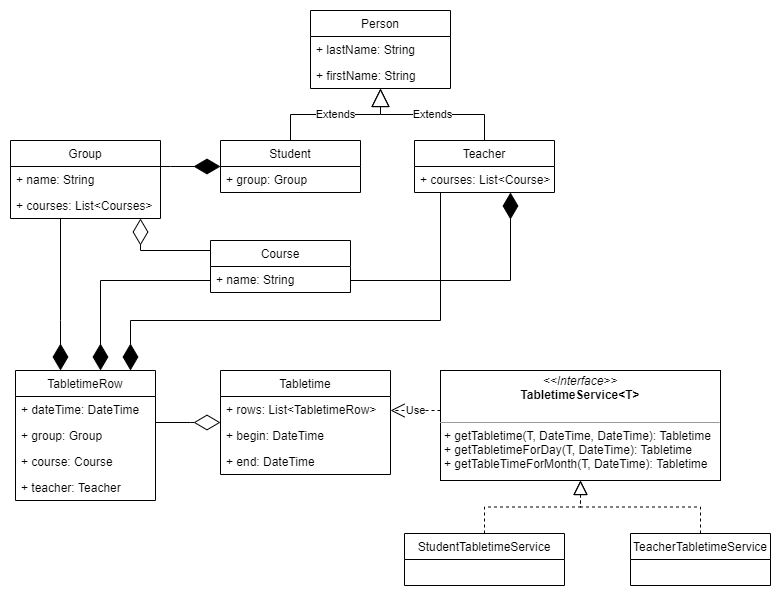
The draw.io diagram decompose-university.drawio.png in stzverev/university, before a commit. Source tidied: cells renumbered, new cells last; positions are measured from the earlier drawing's top-left corner, leaving out a move shared by most shapes.
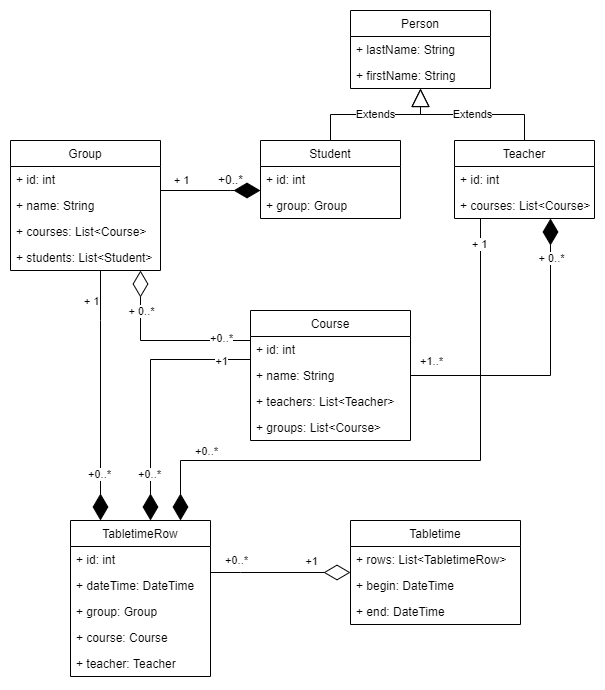
The same diagram one commit later.

The edit, as a diff of the source:
```diff
@@ -3,32 +3,53 @@
     <mxCell id="0" />
     <mxCell id="1" parent="0" />
     <mxCell id="2" value="Student" style="swimlane;fontStyle=0;horizontal=1;startSize=26;fillColor=none;" parent="1" vertex="1">
-      <mxGeometry x="210" y="130" width="140" height="52" as="geometry" />
+      <mxGeometry x="210" y="130" width="140" height="78" as="geometry" />
     </mxCell>
-    <mxCell id="3" value="+ group: Group" style="text;strokeColor=none;fillColor=none;align=left;verticalAlign=top;spacingLeft=4;spacingRight=4;overflow=hidden;" parent="2" vertex="1">
+    <mxCell id="3" value="+ id: int" style="text;strokeColor=none;fillColor=none;align=left;verticalAlign=top;spacingLeft=4;spacingRight=4;overflow=hidden;" parent="2" vertex="1">
       <mxGeometry y="26" width="140" height="26" as="geometry" />
     </mxCell>
+    <mxCell id="38" value="+ group: Group" style="text;strokeColor=none;fillColor=none;align=left;verticalAlign=top;spacingLeft=4;spacingRight=4;overflow=hidden;" parent="2" vertex="1">
+      <mxGeometry y="52" width="140" height="26" as="geometry" />
+    </mxCell>
     <mxCell id="4" value="Teacher" style="swimlane;fontStyle=0;horizontal=1;startSize=26;fillColor=none;" parent="1" vertex="1">
-      <mxGeometry x="404" y="130" width="140" height="52" as="geometry" />
+      <mxGeometry x="404" y="130" width="140" height="78" as="geometry" />
     </mxCell>
-    <mxCell id="5" value="+ courses: List&lt;Course&gt;" style="text;strokeColor=none;fillColor=none;align=left;verticalAlign=top;spacingLeft=4;spacingRight=4;overflow=hidden;" parent="4" vertex="1">
+    <mxCell id="5" value="+ id: int" style="text;strokeColor=none;fillColor=none;align=left;verticalAlign=top;spacingLeft=4;spacingRight=4;overflow=hidden;" parent="4" vertex="1">
       <mxGeometry y="26" width="140" height="26" as="geometry" />
     </mxCell>
+    <mxCell id="39" value="+ courses: List&lt;Course&gt;" style="text;strokeColor=none;fillColor=none;align=left;verticalAlign=top;spacingLeft=4;spacingRight=4;overflow=hidden;" parent="4" vertex="1">
+      <mxGeometry y="52" width="140" height="26" as="geometry" />
+    </mxCell>
     <mxCell id="6" value="Course" style="swimlane;fontStyle=0;horizontal=1;startSize=26;fillColor=none;" parent="1" vertex="1">
-      <mxGeometry x="200" y="230" width="140" height="52" as="geometry" />
+      <mxGeometry x="200" y="300" width="160" height="130" as="geometry" />
     </mxCell>
-    <mxCell id="7" value="+ name: String" style="text;strokeColor=none;fillColor=none;align=left;verticalAlign=top;spacingLeft=4;spacingRight=4;overflow=hidden;" parent="6" vertex="1">
-      <mxGeometry y="26" width="140" height="26" as="geometry" />
+    <mxCell id="7" value="+ id: int" style="text;strokeColor=none;fillColor=none;align=left;verticalAlign=top;spacingLeft=4;spacingRight=4;overflow=hidden;" parent="6" vertex="1">
+      <mxGeometry y="26" width="160" height="26" as="geometry" />
     </mxCell>
+    <mxCell id="40" value="+ name: String" style="text;strokeColor=none;fillColor=none;align=left;verticalAlign=top;spacingLeft=4;spacingRight=4;overflow=hidden;" parent="6" vertex="1">
+      <mxGeometry y="52" width="160" height="26" as="geometry" />
+    </mxCell>
+    <mxCell id="41" value="+ teachers: List&lt;Teacher&gt;" style="text;strokeColor=none;fillColor=none;align=left;verticalAlign=top;spacingLeft=4;spacingRight=4;overflow=hidden;" parent="6" vertex="1">
+      <mxGeometry y="78" width="160" height="26" as="geometry" />
+    </mxCell>
+    <mxCell id="42" value="+ groups: List&lt;Course&gt;" style="text;strokeColor=none;fillColor=none;align=left;verticalAlign=top;spacingLeft=4;spacingRight=4;overflow=hidden;" parent="6" vertex="1">
+      <mxGeometry y="104" width="160" height="26" as="geometry" />
+    </mxCell>
     <mxCell id="8" value="Group" style="swimlane;fontStyle=0;horizontal=1;startSize=26;fillColor=none;" parent="1" vertex="1">
-      <mxGeometry y="130" width="150" height="78" as="geometry" />
+      <mxGeometry x="-40" y="130" width="150" height="130" as="geometry" />
     </mxCell>
-    <mxCell id="9" value="+ name: String" style="text;strokeColor=none;fillColor=none;align=left;verticalAlign=top;spacingLeft=4;spacingRight=4;overflow=hidden;" parent="8" vertex="1">
+    <mxCell id="9" value="+ id: int" style="text;strokeColor=none;fillColor=none;align=left;verticalAlign=top;spacingLeft=4;spacingRight=4;overflow=hidden;" parent="8" vertex="1">
       <mxGeometry y="26" width="150" height="26" as="geometry" />
     </mxCell>
+    <mxCell id="43" value="+ name: String" style="text;strokeColor=none;fillColor=none;align=left;verticalAlign=top;spacingLeft=4;spacingRight=4;overflow=hidden;" parent="8" vertex="1">
+      <mxGeometry y="52" width="150" height="26" as="geometry" />
+    </mxCell>
-    <mxCell id="10" value="+ courses: List&lt;Courses&gt;&#10;" style="text;strokeColor=none;fillColor=none;align=left;verticalAlign=top;spacingLeft=4;spacingRight=4;overflow=hidden;" parent="8" vertex="1">
-      <mxGeometry y="52" width="150" height="26" as="geometry" />
+    <mxCell id="10" value="+ courses: List&lt;Course&gt;&#10;" style="text;strokeColor=none;fillColor=none;align=left;verticalAlign=top;spacingLeft=4;spacingRight=4;overflow=hidden;" parent="8" vertex="1">
+      <mxGeometry y="78" width="150" height="26" as="geometry" />
     </mxCell>
+    <mxCell id="44" value="+ students: List&lt;Student&gt;&#10;" style="text;strokeColor=none;fillColor=none;align=left;verticalAlign=top;spacingLeft=4;spacingRight=4;overflow=hidden;" parent="8" vertex="1">
+      <mxGeometry y="104" width="150" height="26" as="geometry" />
+    </mxCell>
     <mxCell id="11" value="Person" style="swimlane;fontStyle=0;horizontal=1;startSize=26;fillColor=none;" parent="1" vertex="1">
       <mxGeometry x="300" width="140" height="78" as="geometry" />
     </mxCell>
@@ -44,30 +65,26 @@
     <mxCell id="15" value="Extends" style="endArrow=block;endSize=16;endFill=0;html=1;rounded=0;edgeStyle=orthogonalEdgeStyle;exitX=0.5;exitY=0;exitDx=0;exitDy=0;" parent="1" edge="1" source="2" target="11">
       <mxGeometry relative="1" as="geometry" />
     </mxCell>
-    <mxCell id="16" style="endArrow=diamondThin;endFill=0;endSize=24;html=1;rounded=0;edgeStyle=orthogonalEdgeStyle;" parent="1" edge="1" source="6" target="8">
-      <mxGeometry relative="1" as="geometry">
-        <Array as="points">
-          <mxPoint x="130" y="240" />
-        </Array>
-      </mxGeometry>
-    </mxCell>
     <mxCell id="17" value="TabletimeRow" style="swimlane;fontStyle=0;horizontal=1;startSize=26;fillColor=none;" parent="1" vertex="1">
-      <mxGeometry x="5" y="360" width="140" height="130" as="geometry" />
+      <mxGeometry x="20" y="510" width="140" height="156" as="geometry" />
     </mxCell>
-    <mxCell id="18" value="+ dateTime: DateTime" style="text;strokeColor=none;fillColor=none;align=left;verticalAlign=top;spacingLeft=4;spacingRight=4;overflow=hidden;" parent="17" vertex="1">
+    <mxCell id="18" value="+ id: int" style="text;strokeColor=none;fillColor=none;align=left;verticalAlign=top;spacingLeft=4;spacingRight=4;overflow=hidden;" parent="17" vertex="1">
       <mxGeometry y="26" width="140" height="26" as="geometry" />
     </mxCell>
+    <mxCell id="45" value="+ dateTime: DateTime" style="text;strokeColor=none;fillColor=none;align=left;verticalAlign=top;spacingLeft=4;spacingRight=4;overflow=hidden;" parent="17" vertex="1">
+      <mxGeometry y="52" width="140" height="26" as="geometry" />
+    </mxCell>
     <mxCell id="19" value="+ group: Group" style="text;strokeColor=none;fillColor=none;align=left;verticalAlign=top;spacingLeft=4;spacingRight=4;overflow=hidden;" parent="17" vertex="1">
-      <mxGeometry y="52" width="140" height="26" as="geometry" />
+      <mxGeometry y="78" width="140" height="26" as="geometry" />
     </mxCell>
     <mxCell id="20" value="+ course: Course" style="text;strokeColor=none;fillColor=none;align=left;verticalAlign=top;spacingLeft=4;spacingRight=4;overflow=hidden;" parent="17" vertex="1">
-      <mxGeometry y="78" width="140" height="26" as="geometry" />
+      <mxGeometry y="104" width="140" height="26" as="geometry" />
     </mxCell>
     <mxCell id="21" value="+ teacher: Teacher" style="text;strokeColor=none;fillColor=none;align=left;verticalAlign=top;spacingLeft=4;spacingRight=4;overflow=hidden;" parent="17" vertex="1">
-      <mxGeometry y="104" width="140" height="26" as="geometry" />
+      <mxGeometry y="130" width="140" height="26" as="geometry" />
     </mxCell>
     <mxCell id="22" value="Tabletime" style="swimlane;fontStyle=0;horizontal=1;startSize=26;fillColor=none;" parent="1" vertex="1">
-      <mxGeometry x="210" y="360" width="170" height="104" as="geometry" />
+      <mxGeometry x="300" y="510" width="170" height="104" as="geometry" />
     </mxCell>
     <mxCell id="23" value="+ rows: List&lt;TabletimeRow&gt;" style="text;strokeColor=none;fillColor=none;align=left;verticalAlign=top;spacingLeft=4;spacingRight=4;overflow=hidden;" parent="22" vertex="1">
       <mxGeometry y="26" width="170" height="26" as="geometry" />
@@ -81,41 +98,36 @@
     <mxCell id="26" style="endArrow=diamondThin;endFill=0;endSize=24;html=1;rounded=0;edgeStyle=orthogonalEdgeStyle;" parent="1" edge="1" source="17" target="22">
       <mxGeometry relative="1" as="geometry">
         <Array as="points">
-          <mxPoint x="180" y="412" />
-          <mxPoint x="180" y="412" />
+          <mxPoint x="190" y="562" />
+          <mxPoint x="190" y="562" />
         </Array>
       </mxGeometry>
     </mxCell>
-    <mxCell id="27" value="&lt;p style=&quot;margin: 0px ; margin-top: 4px ; text-align: center&quot;&gt;&lt;i&gt;&amp;lt;&amp;lt;Interface&amp;gt;&amp;gt;&lt;/i&gt;&lt;br&gt;&lt;b&gt;TabletimeService&amp;lt;T&amp;gt;&lt;/b&gt;&lt;/p&gt;&lt;br&gt;&lt;hr size=&quot;1&quot;&gt;&lt;p style=&quot;margin: 0px ; margin-left: 4px&quot;&gt;+ getTabletime(T, DateTime, DateTime): Tabletime&lt;br&gt;+ getTabletimeForDay(T, DateTime): Tabletime&lt;/p&gt;&lt;p style=&quot;margin: 0px ; margin-left: 4px&quot;&gt;+ getTableTimeForMonth(T, DateTime): Tabletime&lt;/p&gt;" style="verticalAlign=top;align=left;overflow=fill;fontSize=12;fontFamily=Helvetica;html=1;" parent="1" vertex="1">
-      <mxGeometry x="430" y="360" width="280" height="110" as="geometry" />
-    </mxCell>
-    <mxCell id="28" value="Use" style="endArrow=open;endSize=12;dashed=1;html=1;rounded=0;edgeStyle=orthogonalEdgeStyle;" parent="1" edge="1" source="27" target="22">
-      <mxGeometry relative="1" as="geometry">
-        <Array as="points">
-          <mxPoint x="400" y="400" />
-          <mxPoint x="400" y="400" />
-        </Array>
-      </mxGeometry>
-    </mxCell>
-    <mxCell id="29" value="StudentTabletimeService" style="swimlane;fontStyle=0;horizontal=1;startSize=26;fillColor=none;" parent="1" vertex="1">
-      <mxGeometry x="394" y="523" width="160" height="52" as="geometry" />
-    </mxCell>
-    <mxCell id="30" style="endArrow=block;dashed=1;endFill=0;endSize=12;html=1;rounded=0;edgeStyle=orthogonalEdgeStyle;" parent="1" edge="1" source="29" target="27">
-      <mxGeometry relative="1" as="geometry" />
-    </mxCell>
-    <mxCell id="31" value="TeacherTabletimeService" style="swimlane;fontStyle=0;horizontal=1;startSize=26;fillColor=none;" parent="1" vertex="1">
-      <mxGeometry x="620" y="523" width="140" height="52" as="geometry" />
-    </mxCell>
-    <mxCell id="32" style="endArrow=block;dashed=1;endFill=0;endSize=12;html=1;rounded=0;edgeStyle=orthogonalEdgeStyle;" parent="1" edge="1" source="31" target="27">
-      <mxGeometry relative="1" as="geometry" />
-    </mxCell>
+    <mxCell id="46" value="+0..*" style="edgeLabel;html=1;align=center;verticalAlign=middle;" parent="26" vertex="1">
+      <mxGeometry x="-0.76" y="-1" relative="1" as="geometry">
+        <mxPoint x="8" y="-14" as="offset" />
+      </mxGeometry>
+    </mxCell>
+    <mxCell id="47" value="+1" style="edgeLabel;html=1;align=center;verticalAlign=middle;" parent="26" vertex="1">
+      <mxGeometry x="0.21" y="-3" relative="1" as="geometry">
+        <mxPoint x="15" y="-15" as="offset" />
+      </mxGeometry>
+    </mxCell>
     <mxCell id="33" style="endArrow=diamondThin;endFill=1;endSize=24;html=1;rounded=0;edgeStyle=orthogonalEdgeStyle;" parent="1" edge="1" source="6" target="17">
       <mxGeometry relative="1" as="geometry">
         <Array as="points">
-          <mxPoint x="90" y="270" />
+          <mxPoint x="100" y="349" />
         </Array>
       </mxGeometry>
     </mxCell>
+    <mxCell id="48" value="+1" style="edgeLabel;html=1;align=center;verticalAlign=middle;" parent="33" vertex="1">
+      <mxGeometry x="-0.73" y="1" relative="1" as="geometry">
+        <mxPoint x="5" as="offset" />
+      </mxGeometry>
+    </mxCell>
+    <mxCell id="49" value="+0..*" style="edgeLabel;html=1;align=center;verticalAlign=middle;" parent="33" vertex="1">
+      <mxGeometry x="0.64" y="-2" relative="1" as="geometry" />
+    </mxCell>
     <mxCell id="34" style="endArrow=diamondThin;endFill=1;endSize=24;html=1;rounded=0;edgeStyle=orthogonalEdgeStyle;" parent="1" edge="1" source="8" target="17">
       <mxGeometry relative="1" as="geometry">
         <Array as="points">
@@ -124,28 +136,79 @@
         </Array>
       </mxGeometry>
     </mxCell>
+    <mxCell id="50" value="+ 1" style="edgeLabel;html=1;align=center;verticalAlign=middle;" parent="34" vertex="1">
+      <mxGeometry x="-0.86" y="-1" relative="1" as="geometry">
+        <mxPoint x="-9" y="12" as="offset" />
+      </mxGeometry>
+    </mxCell>
+    <mxCell id="51" value="+0..*" style="edgeLabel;html=1;align=center;verticalAlign=middle;" parent="34" vertex="1">
+      <mxGeometry x="0.62" y="-2" relative="1" as="geometry" />
+    </mxCell>
     <mxCell id="35" style="endArrow=diamondThin;endFill=1;endSize=24;html=1;rounded=0;edgeStyle=orthogonalEdgeStyle;" parent="1" edge="1" source="4" target="17">
       <mxGeometry relative="1" as="geometry">
         <Array as="points">
-          <mxPoint x="430" y="310" />
-          <mxPoint x="120" y="310" />
+          <mxPoint x="430" y="450" />
+          <mxPoint x="130" y="450" />
         </Array>
       </mxGeometry>
     </mxCell>
+    <mxCell id="52" value="+ 1" style="edgeLabel;html=1;align=center;verticalAlign=middle;" parent="35" vertex="1">
+      <mxGeometry x="-0.92" y="-2" relative="1" as="geometry" />
+    </mxCell>
+    <mxCell id="53" value="+0..*" style="edgeLabel;html=1;align=center;verticalAlign=middle;" parent="35" vertex="1">
+      <mxGeometry x="0.72" y="2" relative="1" as="geometry">
+        <mxPoint y="-12" as="offset" />
+      </mxGeometry>
+    </mxCell>
     <mxCell id="36" style="endArrow=diamondThin;endFill=1;endSize=24;html=1;rounded=0;edgeStyle=orthogonalEdgeStyle;" parent="1" edge="1" source="8" target="2">
       <mxGeometry relative="1" as="geometry">
         <Array as="points">
-          <mxPoint x="160" y="156" />
-          <mxPoint x="160" y="156" />
+          <mxPoint x="180" y="180" />
+          <mxPoint x="180" y="180" />
         </Array>
       </mxGeometry>
     </mxCell>
+    <mxCell id="54" value="+ 1" style="edgeLabel;html=1;align=center;verticalAlign=middle;" parent="36" vertex="1">
+      <mxGeometry x="-0.78" y="4" relative="1" as="geometry">
+        <mxPoint x="9" y="-7" as="offset" />
+      </mxGeometry>
+    </mxCell>
     <mxCell id="37" style="endArrow=diamondThin;endFill=1;endSize=24;html=1;rounded=0;edgeStyle=orthogonalEdgeStyle;" parent="1" edge="1" source="6" target="4">
       <mxGeometry relative="1" as="geometry">
         <Array as="points">
-          <mxPoint x="500" y="270" />
+          <mxPoint x="500" y="365" />
         </Array>
       </mxGeometry>
     </mxCell>
+    <mxCell id="55" value="+ 0..*" style="edgeLabel;html=1;align=center;verticalAlign=middle;" parent="37" vertex="1">
+      <mxGeometry x="0.68" relative="1" as="geometry">
+        <mxPoint y="-9" as="offset" />
+      </mxGeometry>
+    </mxCell>
+    <mxCell id="56" value="+1..*" style="edgeLabel;html=1;align=center;verticalAlign=middle;" parent="37" vertex="1">
+      <mxGeometry x="-0.89" relative="1" as="geometry">
+        <mxPoint x="3" y="-15" as="offset" />
+      </mxGeometry>
+    </mxCell>
+    <mxCell id="16" style="endArrow=diamondThin;endFill=0;endSize=24;html=1;rounded=0;edgeStyle=orthogonalEdgeStyle;" parent="1" edge="1" source="6" target="8">
+      <mxGeometry relative="1" as="geometry">
+        <Array as="points">
+          <mxPoint x="90" y="330" />
+        </Array>
+      </mxGeometry>
+    </mxCell>
+    <mxCell id="57" value="+0..*" style="edgeLabel;html=1;align=center;verticalAlign=middle;" parent="16" vertex="1">
+      <mxGeometry x="-0.71" y="-3" relative="1" as="geometry">
+        <mxPoint x="-4" as="offset" />
+      </mxGeometry>
+    </mxCell>
+    <mxCell id="58" value="+ 0..*" style="edgeLabel;html=1;align=center;verticalAlign=middle;" parent="16" vertex="1">
+      <mxGeometry x="0.47" relative="1" as="geometry">
+        <mxPoint y="-8" as="offset" />
+      </mxGeometry>
+    </mxCell>
+    <mxCell id="59" value="+0..*" style="text;html=1;align=center;verticalAlign=middle;strokeColor=none;fillColor=none;" parent="1" vertex="1">
+      <mxGeometry x="160" y="159" width="40" height="20" as="geometry" />
+    </mxCell>
   </root>
 </mxGraphModel>
```
